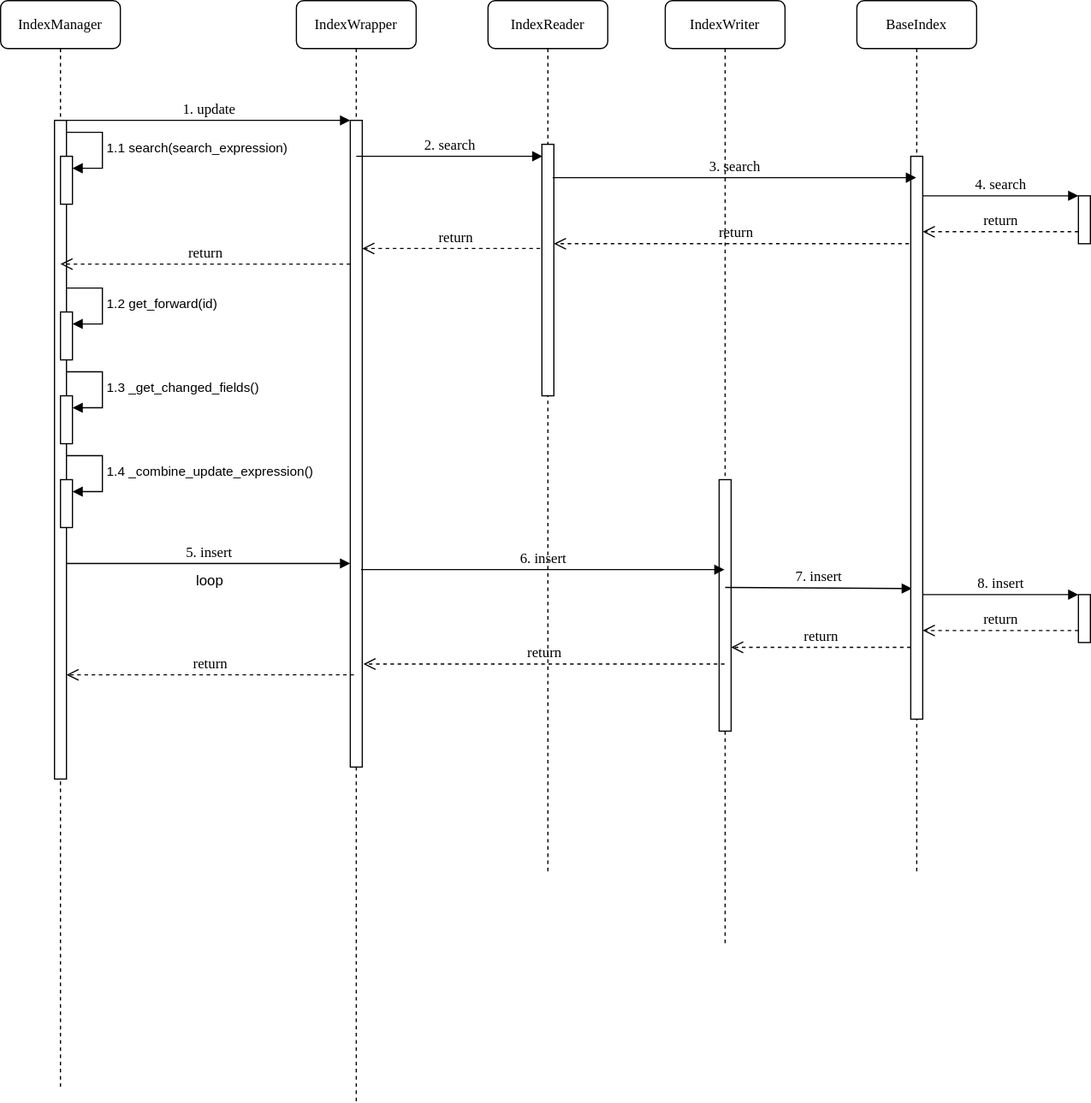
Before: memdb_update时序图.drawio.svg, a diagram exported from draw.io (gaochenxi/drawio). Source tidied: cells renumbered, new cells last; positions are measured from the earlier drawing's top-left corner, leaving out a move shared by most shapes.
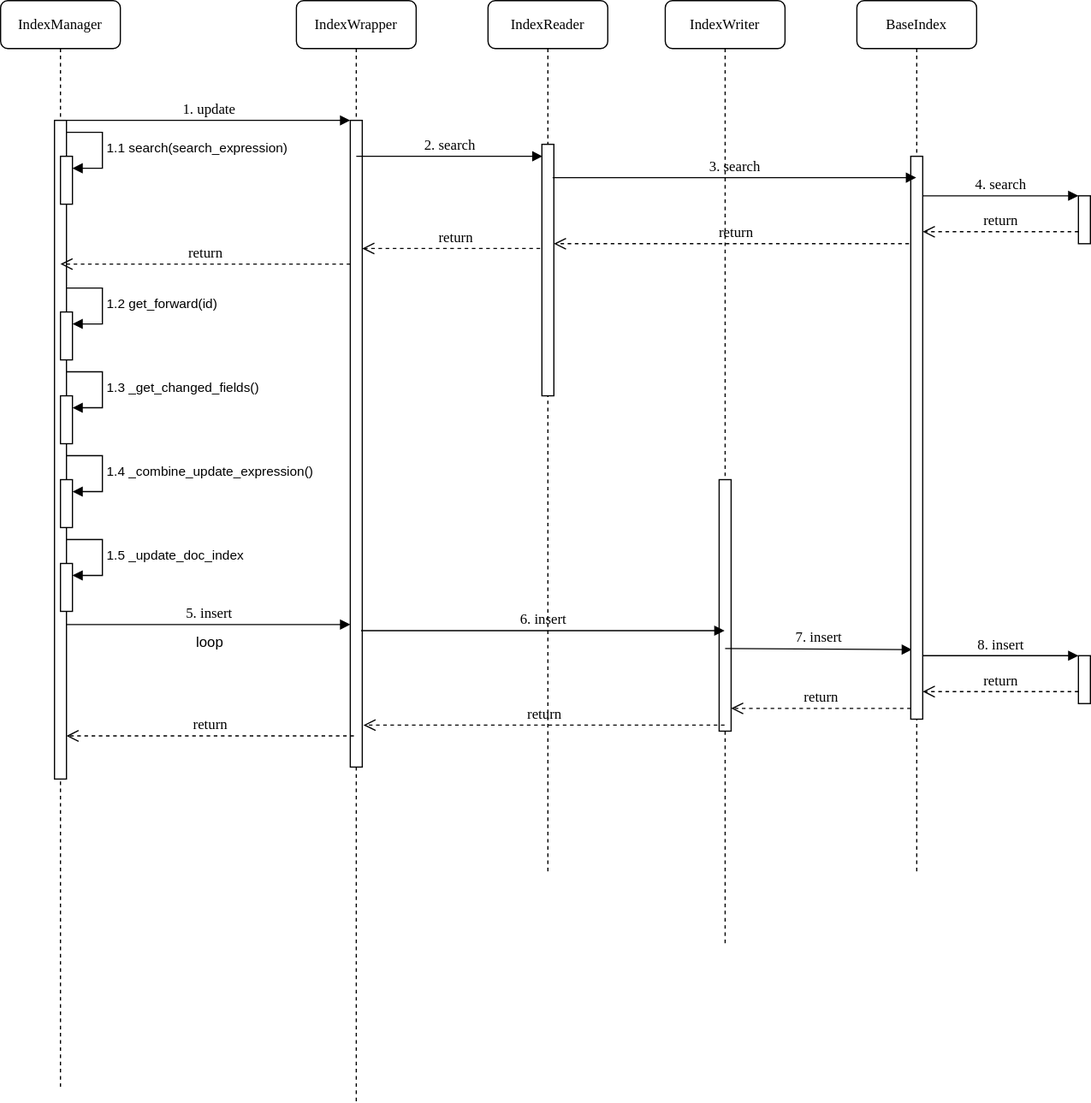
The same diagram one commit later.

Commit message:
更新memdb_update时序图.drawio.svg

What changed in the source:
```diff
@@ -8,16 +8,18 @@
     <mxCell id="3" style="html=1;perimeter=orthogonalPerimeter;rounded=0;shadow=0;comic=0;labelBackgroundColor=none;strokeWidth=1;fontFamily=Verdana;fontSize=12;align=center;" parent="2" vertex="1">
       <mxGeometry x="45" y="400" width="10" height="210" as="geometry" />
     </mxCell>
-    <mxCell id="4" value="7. insert" style="html=1;verticalAlign=bottom;endArrow=block;labelBackgroundColor=none;fontFamily=Verdana;fontSize=12;elbow=vertical;entryX=0.1;entryY=0.768;entryDx=0;entryDy=0;entryPerimeter=0;" parent="2" edge="1" target="30">
+    <mxCell id="4" value="7. insert" style="html=1;verticalAlign=bottom;endArrow=block;labelBackgroundColor=none;fontFamily=Verdana;fontSize=12;elbow=vertical;entryX=0.1;entryY=0.768;entryDx=0;entryDy=0;entryPerimeter=0;" parent="2" edge="1">
       <mxGeometry relative="1" as="geometry">
-        <mxPoint x="50" y="490" as="sourcePoint" />
+        <mxPoint x="50" y="541" as="sourcePoint" />
+        <mxPoint x="206" y="542" as="targetPoint" />
       </mxGeometry>
     </mxCell>
-    <mxCell id="5" value="return" style="html=1;verticalAlign=bottom;endArrow=open;dashed=1;endSize=8;labelBackgroundColor=none;fontFamily=Verdana;fontSize=12;edgeStyle=elbowEdgeStyle;elbow=vertical;" parent="2" edge="1" source="30">
+    <mxCell id="5" value="return" style="html=1;verticalAlign=bottom;endArrow=open;dashed=1;endSize=8;labelBackgroundColor=none;fontFamily=Verdana;fontSize=12;edgeStyle=elbowEdgeStyle;elbow=vertical;" parent="2" edge="1">
       <mxGeometry relative="1" as="geometry">
-        <mxPoint x="55" y="540" as="targetPoint" />
+        <mxPoint x="205" y="591" as="sourcePoint" />
+        <mxPoint x="55" y="591" as="targetPoint" />
         <Array as="points">
-          <mxPoint x="160" y="540" />
+          <mxPoint x="160" y="591" />
         </Array>
       </mxGeometry>
     </mxCell>
@@ -117,16 +119,30 @@
     </mxCell>
     <mxCell id="28" value="5. insert" style="html=1;verticalAlign=bottom;endArrow=block;entryX=0;entryY=0;labelBackgroundColor=none;fontFamily=Verdana;fontSize=12;edgeStyle=elbowEdgeStyle;elbow=vertical;" parent="14" edge="1">
       <mxGeometry relative="1" as="geometry">
-        <mxPoint x="55" y="470" as="sourcePoint" />
-        <mxPoint x="292" y="470" as="targetPoint" />
+        <mxPoint x="55" y="521" as="sourcePoint" />
+        <mxPoint x="292" y="521" as="targetPoint" />
       </mxGeometry>
     </mxCell>
     <mxCell id="29" value="return" style="html=1;verticalAlign=bottom;endArrow=open;dashed=1;endSize=8;labelBackgroundColor=none;fontFamily=Verdana;fontSize=12;elbow=vertical;" parent="14" edge="1">
       <mxGeometry relative="1" as="geometry">
-        <mxPoint x="295" y="563" as="sourcePoint" />
-        <mxPoint x="55" y="563" as="targetPoint" />
+        <mxPoint x="295" y="614" as="sourcePoint" />
+        <mxPoint x="55" y="614" as="targetPoint" />
       </mxGeometry>
     </mxCell>
+    <mxCell id="43" style="group;" parent="14" vertex="1">
+      <mxGeometry x="50" y="470" width="35" height="40" as="geometry" />
+    </mxCell>
+    <mxCell id="44" style="html=1;points=[];perimeter=orthogonalPerimeter;outlineConnect=0;targetShapes=umlLifeline;portConstraint=eastwest;newEdgeStyle={&quot;edgeStyle&quot;:&quot;elbowEdgeStyle&quot;,&quot;elbow&quot;:&quot;vertical&quot;,&quot;curved&quot;:0,&quot;rounded&quot;:0};" parent="43" vertex="1">
+      <mxGeometry width="10" height="40" as="geometry" />
+    </mxCell>
+    <mxCell id="45" value="1.5 _update_doc_index" style="html=1;align=left;spacingLeft=2;endArrow=block;rounded=0;edgeStyle=orthogonalEdgeStyle;curved=0;rounded=0;" parent="43" edge="1" target="44">
+      <mxGeometry x="0.01" relative="1" as="geometry">
+        <mxPoint x="5" y="-20" as="sourcePoint" />
+        <Array as="points">
+          <mxPoint x="35" y="10" />
+        </Array>
+      </mxGeometry>
+    </mxCell>
     <mxCell id="30" style="html=1;points=[];perimeter=orthogonalPerimeter;rounded=0;shadow=0;comic=0;labelBackgroundColor=none;strokeWidth=1;fontFamily=Verdana;fontSize=12;align=center;" parent="1" vertex="1">
       <mxGeometry x="760" y="130" width="10" height="470" as="geometry" />
     </mxCell>
@@ -159,25 +175,26 @@
       <mxGeometry relative="1" as="geometry" />
     </mxCell>
     <mxCell id="36" style="html=1;points=[];perimeter=orthogonalPerimeter;rounded=0;shadow=0;comic=0;labelBackgroundColor=none;strokeWidth=1;fontFamily=Verdana;fontSize=12;align=center;" parent="1" vertex="1">
-      <mxGeometry x="900" y="496" width="10" height="40" as="geometry" />
+      <mxGeometry x="900" y="547" width="10" height="40" as="geometry" />
     </mxCell>
     <mxCell id="37" value="8. insert" style="html=1;verticalAlign=bottom;endArrow=block;entryX=0;entryY=0;labelBackgroundColor=none;fontFamily=Verdana;fontSize=12;edgeStyle=elbowEdgeStyle;elbow=vertical;" parent="1" edge="1" target="36">
       <mxGeometry relative="1" as="geometry">
-        <mxPoint x="770" y="496" as="sourcePoint" />
+        <mxPoint x="770" y="547" as="sourcePoint" />
       </mxGeometry>
     </mxCell>
     <mxCell id="38" value="return" style="html=1;verticalAlign=bottom;endArrow=open;dashed=1;endSize=8;labelBackgroundColor=none;fontFamily=Verdana;fontSize=12;edgeStyle=elbowEdgeStyle;elbow=vertical;" parent="1" edge="1" source="36">
       <mxGeometry relative="1" as="geometry">
-        <mxPoint x="770" y="526" as="targetPoint" />
+        <mxPoint x="770" y="577" as="targetPoint" />
         <Array as="points">
-          <mxPoint x="845" y="526" />
-          <mxPoint x="875" y="526" />
+          <mxPoint x="845" y="577" />
+          <mxPoint x="875" y="577" />
         </Array>
       </mxGeometry>
     </mxCell>
-    <mxCell id="39" value="return" style="html=1;verticalAlign=bottom;endArrow=open;dashed=1;endSize=8;labelBackgroundColor=none;fontFamily=Verdana;fontSize=12;elbow=vertical;entryX=1.1;entryY=0.924;entryDx=0;entryDy=0;entryPerimeter=0;" parent="1" edge="1" source="2">
+    <mxCell id="39" value="return" style="html=1;verticalAlign=bottom;endArrow=open;dashed=1;endSize=8;labelBackgroundColor=none;fontFamily=Verdana;fontSize=12;elbow=vertical;entryX=1.1;entryY=0.924;entryDx=0;entryDy=0;entryPerimeter=0;" parent="1" edge="1">
       <mxGeometry relative="1" as="geometry">
-        <mxPoint x="303" y="554" as="targetPoint" />
+        <mxPoint x="604.5" y="605" as="sourcePoint" />
+        <mxPoint x="303" y="605" as="targetPoint" />
       </mxGeometry>
     </mxCell>
     <mxCell id="40" value="return" style="html=1;verticalAlign=bottom;endArrow=open;dashed=1;endSize=8;labelBackgroundColor=none;fontFamily=Verdana;fontSize=12;elbow=vertical;" parent="1" edge="1" source="7">
@@ -185,13 +202,14 @@
         <mxPoint x="50" y="220" as="targetPoint" />
       </mxGeometry>
     </mxCell>
-    <mxCell id="41" value="6. insert" style="html=1;verticalAlign=bottom;endArrow=block;labelBackgroundColor=none;fontFamily=Verdana;fontSize=12;elbow=vertical;exitX=0.9;exitY=0.778;exitDx=0;exitDy=0;exitPerimeter=0;" parent="1" edge="1" target="2">
+    <mxCell id="41" value="6. insert" style="html=1;verticalAlign=bottom;endArrow=block;labelBackgroundColor=none;fontFamily=Verdana;fontSize=12;elbow=vertical;exitX=0.9;exitY=0.778;exitDx=0;exitDy=0;exitPerimeter=0;" parent="1" edge="1">
       <mxGeometry relative="1" as="geometry">
-        <mxPoint x="301" y="475.1" as="sourcePoint" />
+        <mxPoint x="301" y="526.1" as="sourcePoint" />
+        <mxPoint x="604.5" y="526.1" as="targetPoint" />
       </mxGeometry>
     </mxCell>
     <mxCell id="42" value="loop" style="text;strokeColor=none;align=center;fillColor=none;html=1;verticalAlign=middle;whiteSpace=wrap;rounded=0;" parent="1" vertex="1">
-      <mxGeometry x="145" y="470" width="60" height="30" as="geometry" />
+      <mxGeometry x="145" y="521" width="60" height="30" as="geometry" />
     </mxCell>
   </root>
 </mxGraphModel>
```
